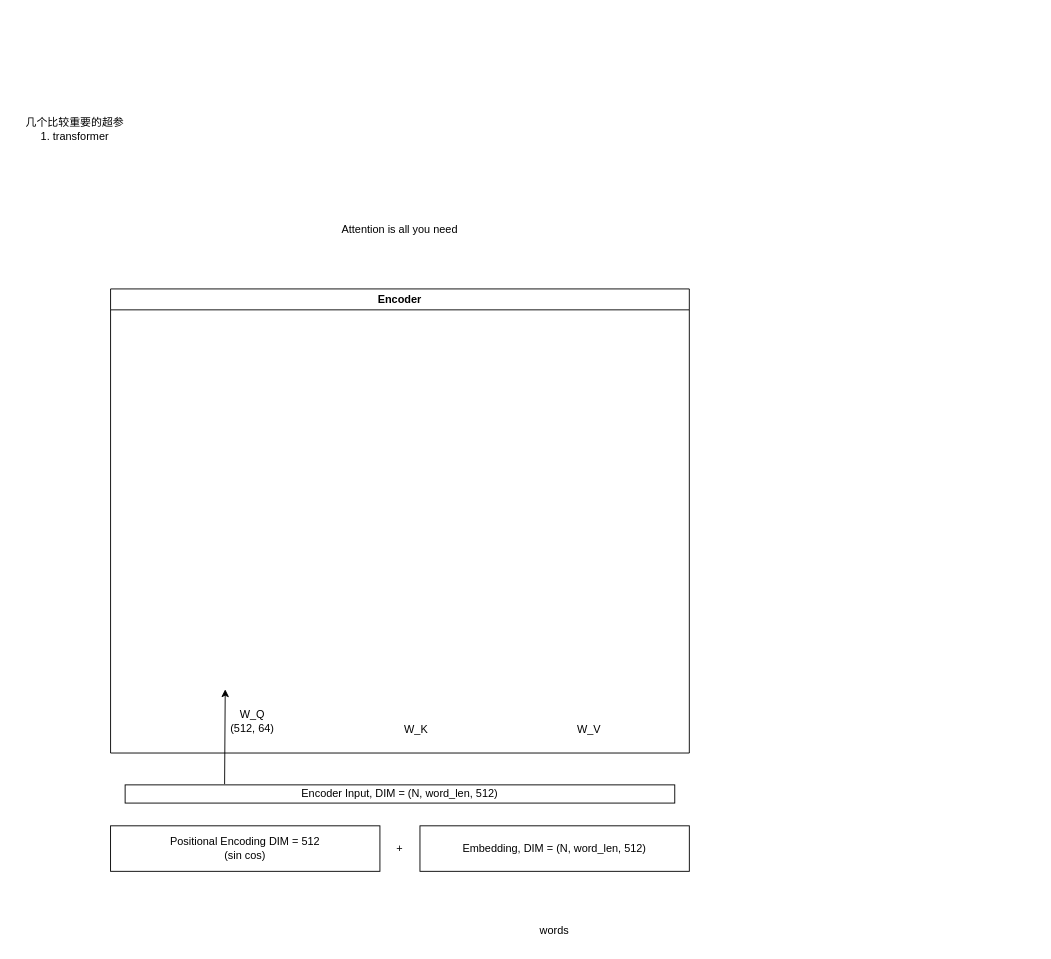
Above: transformer-bert.drawio in LamForest/draw.io (draw.io), before the change. Source tidied: cells renumbered, new cells numbered last; positions are measured from the earlier drawing's top-left corner, leaving out a move shared by most shapes. Both pictures are drawn from the tidied source at 91%, with x=0, y=0 at pixel (15, 116).
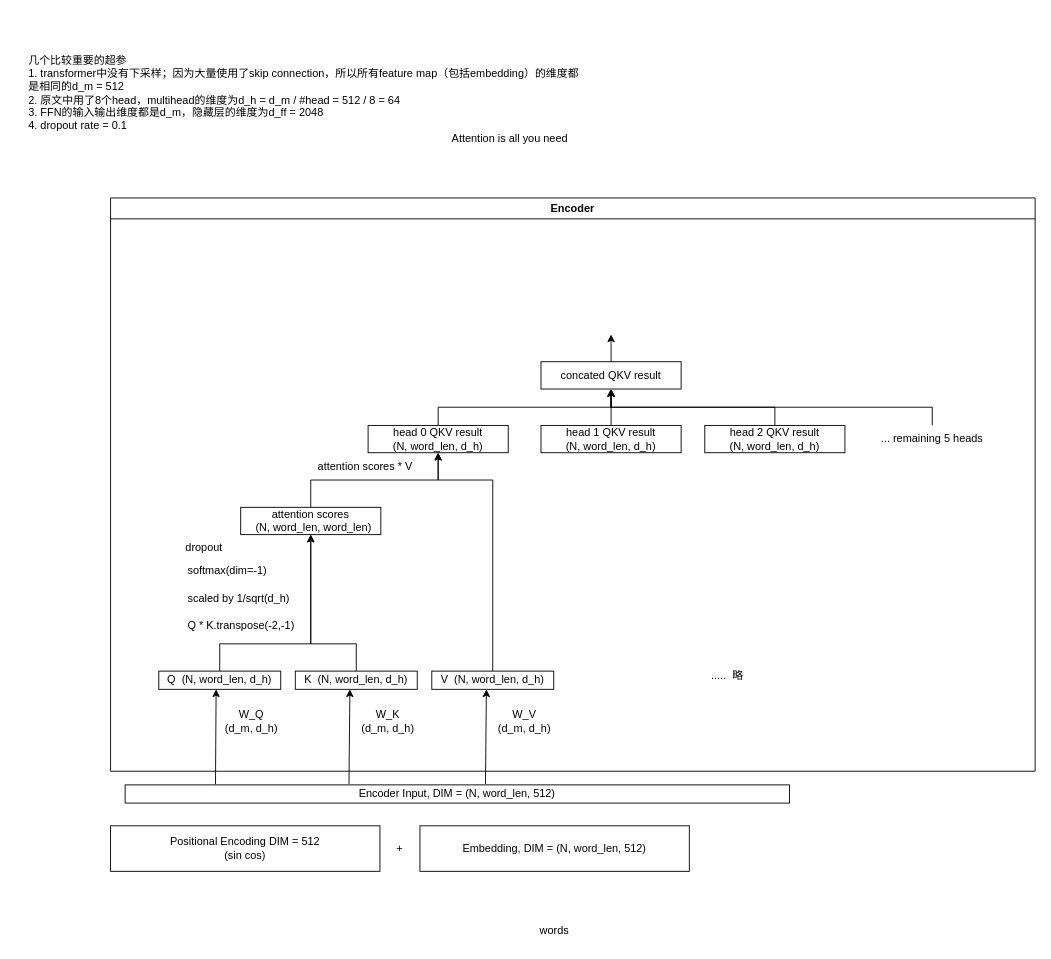
After the change.

What changed in the source:
```diff
@@
     <mxCell id="2" value="Encoder" style="swimlane;whiteSpace=wrap;html=1;" parent="1" vertex="1">
-      <mxGeometry x="104" y="190" width="636" height="510" as="geometry" />
+      <mxGeometry x="104" y="90" width="1016" height="630" as="geometry" />
     </mxCell>
-    <mxCell id="3" value="W_Q&lt;br&gt;(512, 64)" style="text;html=1;strokeColor=none;fillColor=none;align=center;verticalAlign=middle;whiteSpace=wrap;rounded=0;" parent="2" vertex="1">
-      <mxGeometry x="126" y="460" width="60" height="30" as="geometry" />
+    <mxCell id="3" value="W_Q&lt;br&gt;(d_m, d_h)" style="text;html=1;strokeColor=none;fillColor=none;align=center;verticalAlign=middle;whiteSpace=wrap;rounded=0;" parent="2" vertex="1">
+      <mxGeometry x="113" y="560" width="84" height="30" as="geometry" />
     </mxCell>
-    <mxCell id="4" value="W_K" style="text;html=1;strokeColor=none;fillColor=none;align=center;verticalAlign=middle;whiteSpace=wrap;rounded=0;" parent="2" vertex="1">
-      <mxGeometry x="306" y="470" width="60" height="30" as="geometry" />
-    </mxCell>
-    <mxCell id="5" value="W_V" style="text;html=1;strokeColor=none;fillColor=none;align=center;verticalAlign=middle;whiteSpace=wrap;rounded=0;" parent="2" vertex="1">
-      <mxGeometry x="496" y="470" width="60" height="30" as="geometry" />
-    </mxCell>
+    <mxCell id="14" style="edgeStyle=orthogonalEdgeStyle;rounded=0;jettySize=auto;html=1;entryX=0.5;entryY=1;entryDx=0;entryDy=0;" parent="2" edge="1" source="15" target="26">
+      <mxGeometry relative="1" as="geometry">
+        <Array as="points">
+          <mxPoint x="120" y="490" />
+          <mxPoint x="220" y="490" />
+        </Array>
+      </mxGeometry>
+    </mxCell>
+    <mxCell id="15" value="Q&amp;nbsp; (N, word_len, d_h)" style="rounded=0;whiteSpace=wrap;html=1;" parent="2" vertex="1">
+      <mxGeometry x="53" y="520" width="134" height="20" as="geometry" />
+    </mxCell>
+    <mxCell id="16" value="W_K&lt;br&gt;(d_m, d_h)" style="text;html=1;strokeColor=none;fillColor=none;align=center;verticalAlign=middle;whiteSpace=wrap;rounded=0;" parent="2" vertex="1">
+      <mxGeometry x="263" y="560" width="84" height="30" as="geometry" />
+    </mxCell>
+    <mxCell id="17" style="edgeStyle=orthogonalEdgeStyle;rounded=0;jettySize=auto;html=1;entryX=0.5;entryY=1;entryDx=0;entryDy=0;" parent="2" edge="1" source="18" target="26">
+      <mxGeometry relative="1" as="geometry">
+        <Array as="points">
+          <mxPoint x="270" y="490" />
+          <mxPoint x="220" y="490" />
+        </Array>
+      </mxGeometry>
+    </mxCell>
+    <mxCell id="18" value="K&amp;nbsp; (N, word_len, d_h)" style="rounded=0;whiteSpace=wrap;html=1;" parent="2" vertex="1">
+      <mxGeometry x="203" y="520" width="134" height="20" as="geometry" />
+    </mxCell>
+    <mxCell id="19" style="endArrow=classic;html=1;rounded=0;exitX=0.181;exitY=-0.04;exitDx=0;exitDy=0;exitPerimeter=0;" parent="2" edge="1">
+      <mxGeometry relative="1" as="geometry">
+        <mxPoint x="262" y="644" as="sourcePoint" />
+        <mxPoint x="263" y="540" as="targetPoint" />
+      </mxGeometry>
+    </mxCell>
+    <mxCell id="20" value="W_V&lt;br&gt;(d_m, d_h)" style="text;html=1;strokeColor=none;fillColor=none;align=center;verticalAlign=middle;whiteSpace=wrap;rounded=0;" parent="2" vertex="1">
+      <mxGeometry x="413" y="560" width="84" height="30" as="geometry" />
+    </mxCell>
+    <mxCell id="21" style="edgeStyle=orthogonalEdgeStyle;rounded=0;jettySize=auto;html=1;entryX=0.5;entryY=1;entryDx=0;entryDy=0;" parent="2" edge="1" source="22" target="31">
+      <mxGeometry relative="1" as="geometry">
+        <Array as="points">
+          <mxPoint x="420" y="310" />
+          <mxPoint x="360" y="310" />
+        </Array>
+      </mxGeometry>
+    </mxCell>
+    <mxCell id="22" value="V&amp;nbsp; (N, word_len, d_h)" style="rounded=0;whiteSpace=wrap;html=1;" parent="2" vertex="1">
+      <mxGeometry x="353" y="520" width="134" height="20" as="geometry" />
+    </mxCell>
+    <mxCell id="23" style="endArrow=classic;html=1;rounded=0;exitX=0.181;exitY=-0.04;exitDx=0;exitDy=0;exitPerimeter=0;" parent="2" edge="1">
+      <mxGeometry relative="1" as="geometry">
+        <mxPoint x="412" y="644" as="sourcePoint" />
+        <mxPoint x="413" y="540" as="targetPoint" />
+      </mxGeometry>
+    </mxCell>
+    <mxCell id="24" value="Q * K.transpose(-2,-1)" style="text;html=1;strokeColor=none;fillColor=none;align=left;verticalAlign=middle;whiteSpace=wrap;rounded=0;" parent="2" vertex="1">
+      <mxGeometry x="83" y="460" width="154" height="20" as="geometry" />
+    </mxCell>
+    <mxCell id="25" style="edgeStyle=orthogonalEdgeStyle;rounded=0;jettySize=auto;html=1;entryX=0.5;entryY=1;entryDx=0;entryDy=0;" parent="2" edge="1" source="26" target="31">
+      <mxGeometry relative="1" as="geometry" />
+    </mxCell>
+    <mxCell id="26" value="attention scores&lt;br&gt;&amp;nbsp; (N, word_len, word_len)" style="rounded=0;whiteSpace=wrap;html=1;" parent="2" vertex="1">
+      <mxGeometry x="143" y="340" width="154" height="30" as="geometry" />
+    </mxCell>
+    <mxCell id="27" value="scaled by 1/sqrt(d_h)" style="text;html=1;strokeColor=none;fillColor=none;align=left;verticalAlign=middle;whiteSpace=wrap;rounded=0;" parent="2" vertex="1">
+      <mxGeometry x="83" y="430" width="154" height="20" as="geometry" />
+    </mxCell>
+    <mxCell id="28" value="softmax(dim=-1)" style="text;html=1;strokeColor=none;fillColor=none;align=left;verticalAlign=middle;whiteSpace=wrap;rounded=0;" parent="2" vertex="1">
+      <mxGeometry x="83" y="400" width="154" height="20" as="geometry" />
+    </mxCell>
+    <mxCell id="29" value="dropout" style="text;html=1;strokeColor=none;fillColor=none;align=center;verticalAlign=middle;whiteSpace=wrap;rounded=0;" parent="2" vertex="1">
+      <mxGeometry x="73" y="370" width="60" height="30" as="geometry" />
+    </mxCell>
+    <mxCell id="30" style="edgeStyle=orthogonalEdgeStyle;rounded=0;jettySize=auto;html=1;entryX=0.5;entryY=1;entryDx=0;entryDy=0;exitX=0.5;exitY=0;exitDx=0;exitDy=0;" parent="2" edge="1" source="31" target="34">
+      <mxGeometry relative="1" as="geometry" />
+    </mxCell>
+    <mxCell id="31" value="head 0 QKV result&lt;br&gt;(N, word_len, d_h)" style="rounded=0;whiteSpace=wrap;html=1;" parent="2" vertex="1">
+      <mxGeometry x="283" y="250" width="154" height="30" as="geometry" />
+    </mxCell>
+    <mxCell id="32" value="attention scores * V" style="text;html=1;strokeColor=none;fillColor=none;align=center;verticalAlign=middle;whiteSpace=wrap;rounded=0;" parent="2" vertex="1">
+      <mxGeometry x="223" y="280" width="114" height="30" as="geometry" />
+    </mxCell>
+    <mxCell id="33" style="edgeStyle=orthogonalEdgeStyle;rounded=0;jettySize=auto;html=1;" parent="2" edge="1" source="34">
+      <mxGeometry relative="1" as="geometry">
+        <mxPoint x="550" y="150" as="targetPoint" />
+      </mxGeometry>
+    </mxCell>
+    <mxCell id="34" value="concated QKV result" style="rounded=0;whiteSpace=wrap;html=1;" parent="2" vertex="1">
+      <mxGeometry x="473" y="180" width="154" height="30" as="geometry" />
+    </mxCell>
+    <mxCell id="35" style="edgeStyle=orthogonalEdgeStyle;rounded=0;jettySize=auto;html=1;" parent="2" edge="1" source="36">
+      <mxGeometry relative="1" as="geometry">
+        <mxPoint x="550" y="210" as="targetPoint" />
+      </mxGeometry>
+    </mxCell>
+    <mxCell id="36" value="head 1 QKV result&lt;br&gt;(N, word_len, d_h)" style="rounded=0;whiteSpace=wrap;html=1;" parent="2" vertex="1">
+      <mxGeometry x="473" y="250" width="154" height="30" as="geometry" />
+    </mxCell>
+    <mxCell id="37" style="edgeStyle=orthogonalEdgeStyle;rounded=0;jettySize=auto;html=1;entryX=0.5;entryY=1;entryDx=0;entryDy=0;exitX=0.5;exitY=0;exitDx=0;exitDy=0;" parent="2" edge="1" source="38" target="34">
+      <mxGeometry relative="1" as="geometry" />
+    </mxCell>
+    <mxCell id="38" value="head 2 QKV result&lt;br&gt;(N, word_len, d_h)" style="rounded=0;whiteSpace=wrap;html=1;" parent="2" vertex="1">
+      <mxGeometry x="653" y="250" width="154" height="30" as="geometry" />
+    </mxCell>
+    <mxCell id="39" style="edgeStyle=orthogonalEdgeStyle;rounded=0;jettySize=auto;html=1;entryX=0.5;entryY=1;entryDx=0;entryDy=0;" parent="2" edge="1" source="40" target="34">
+      <mxGeometry relative="1" as="geometry">
+        <Array as="points">
+          <mxPoint x="903" y="230" />
+          <mxPoint x="550" y="230" />
+        </Array>
+      </mxGeometry>
+    </mxCell>
+    <mxCell id="40" value="... remaining 5 heads" style="text;html=1;strokeColor=none;fillColor=none;align=center;verticalAlign=middle;whiteSpace=wrap;rounded=0;" parent="2" vertex="1">
+      <mxGeometry x="843" y="250" width="120" height="30" as="geometry" />
+    </mxCell>
+    <mxCell id="41" value=".....&amp;nbsp; 略" style="text;html=1;strokeColor=none;fillColor=none;align=center;verticalAlign=middle;whiteSpace=wrap;rounded=0;" parent="2" vertex="1">
+      <mxGeometry x="523" y="410" width="310" height="230" as="geometry" />
+    </mxCell>
@@
     <mxCell id="9" value="Attention is all you need" style="text;html=1;strokeColor=none;fillColor=none;align=center;verticalAlign=middle;whiteSpace=wrap;rounded=0;" parent="1" vertex="1">
-      <mxGeometry x="299" y="110" width="246" height="30" as="geometry" />
+      <mxGeometry x="420" y="10" width="246" height="30" as="geometry" />
     </mxCell>
@@
     <mxCell id="11" value="Encoder Input, DIM = (N, word_len, 512)" style="rounded=0;whiteSpace=wrap;html=1;" parent="1" vertex="1">
-      <mxGeometry x="120" y="735" width="604" height="20" as="geometry" />
+      <mxGeometry x="120" y="735" width="730" height="20" as="geometry" />
     </mxCell>
-    <mxCell id="12" style="endArrow=classic;html=1;rounded=0;exitX=0.181;exitY=-0.04;exitDx=0;exitDy=0;exitPerimeter=0;" parent="1" edge="1" source="11">
+    <mxCell id="12" style="endArrow=classic;html=1;rounded=0;exitX=0.181;exitY=-0.04;exitDx=0;exitDy=0;exitPerimeter=0;" parent="1" edge="1">
       <mxGeometry relative="1" as="geometry">
-        <mxPoint x="230" y="630" as="targetPoint" />
+        <mxPoint x="219.3" y="734.2" as="sourcePoint" />
+        <mxPoint x="220" y="630" as="targetPoint" />
       </mxGeometry>
     </mxCell>
-    <mxCell id="13" value="几个比较重要的超参&lt;br&gt;1. transformer" style="text;html=1;strokeColor=none;fillColor=none;align=center;verticalAlign=middle;whiteSpace=wrap;rounded=0;" parent="1" vertex="1">
-      <mxGeometry width="130" height="30" as="geometry" />
+    <mxCell id="13" value="几个比较重要的超参&lt;br&gt;1. transformer中没有下采样；因为大量使用了skip connection，所以所有feature map（包括embedding）的维度都是相同的d_m = 512&lt;br&gt;2. 原文中用了8个head，multihead的维度为d_h = d_m / #head = 512 / 8 = 64&lt;br&gt;3. FFN的输入输出维度都是d_m，隐藏层的维度为d_ff = 2048&lt;br&gt;4. dropout rate = 0.1&lt;br&gt;" style="text;html=1;strokeColor=none;fillColor=none;align=left;verticalAlign=middle;whiteSpace=wrap;rounded=0;" parent="1" vertex="1">
+      <mxGeometry x="12" y="-110" width="610" height="170" as="geometry" />
     </mxCell>
```
